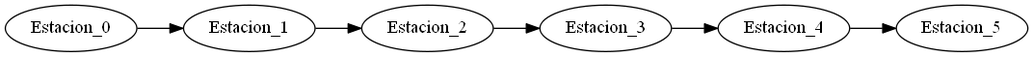
Earlier version of the Graphviz export Proyectos/Proyecto2_201504482/archivo_Servicios.png (jimzi94/Tareas). Its source is kept beside it as Proyectos/Proyecto2_201504482/archivo_Servicios.dot.
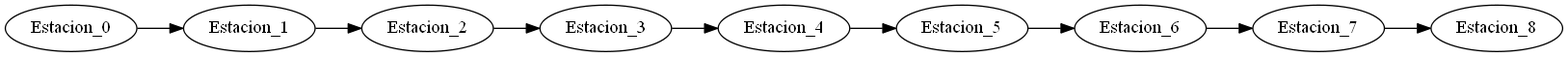
After the commit.

Diff of the diagram source:
```diff
@@ -3,4 +3,7 @@
 Estacion_1->
 Estacion_2->
 Estacion_3->
-Estacion_4->Estacion_5}
+Estacion_4->
+Estacion_5->
+Estacion_6->
+Estacion_7->Estacion_8}
```
